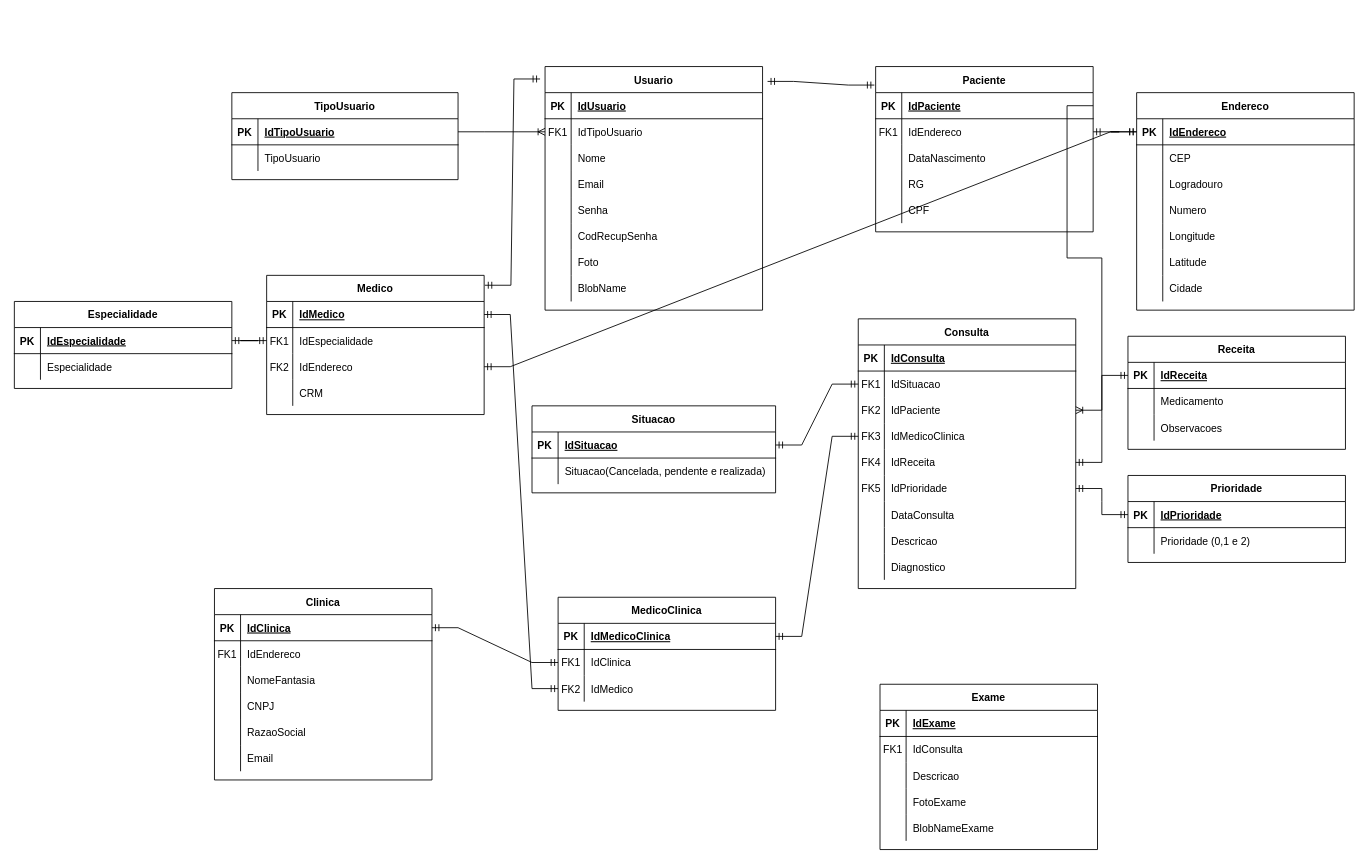
Before: VitalHub.drawio in Filipe-Gois/Vital-Hub, a draw.io diagram. Source tidied: cells renumbered, new cells numbered last; positions are measured from the earlier drawing's top-left corner, leaving out a move shared by most shapes. Both pictures are drawn from the tidied source at 87%, with x=0, y=0 at pixel (14, 66).
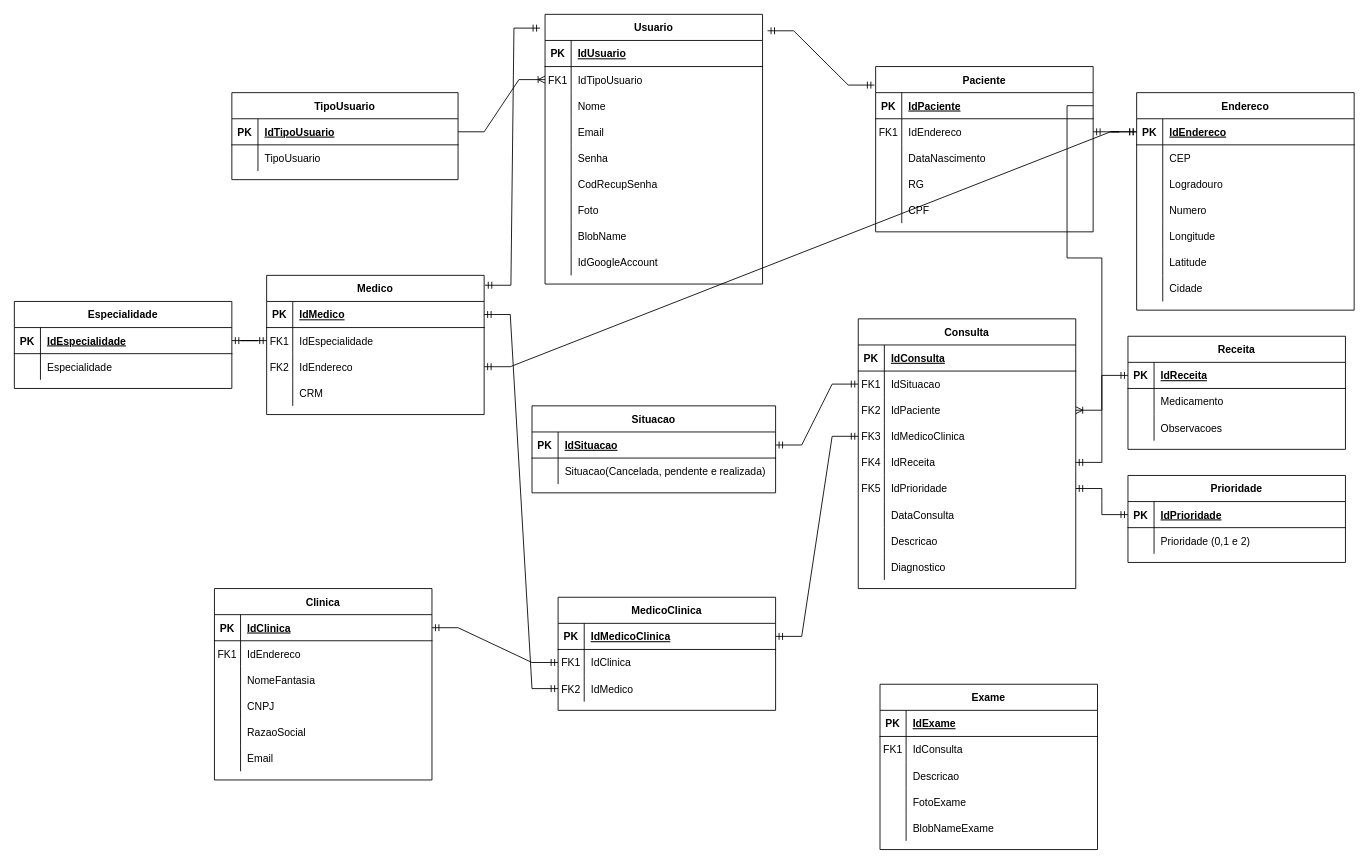
Above is the later version.

Change to the diagram source:
```diff
@@
     <mxCell id="30" value="Usuario" style="shape=table;startSize=30;childLayout=tableLayout;rowLines=0;fontStyle=1;align=center;" parent="1" vertex="1">
-      <mxGeometry x="610" width="250" height="280" as="geometry" />
+      <mxGeometry x="610" y="-60" width="250" height="310" as="geometry" />
     </mxCell>
@@
+    <mxCell id="202" style="shape=partialRectangle;fillColor=none;top=0;left=0;right=0;bottom=0;" parent="30" vertex="1">
+      <mxGeometry y="270" width="250" height="30" as="geometry" />
+    </mxCell>
+    <mxCell id="203" style="shape=partialRectangle;overflow=hidden;fillColor=none;top=0;left=0;bottom=0;right=0;" parent="202" vertex="1">
+      <mxGeometry width="30" height="30" as="geometry" />
+    </mxCell>
+    <mxCell id="204" value="IdGoogleAccount" style="shape=partialRectangle;overflow=hidden;fillColor=none;top=0;left=0;bottom=0;right=0;align=left;spacingLeft=6;" parent="202" vertex="1">
+      <mxGeometry x="30" width="220" height="30" as="geometry" />
+    </mxCell>
```
